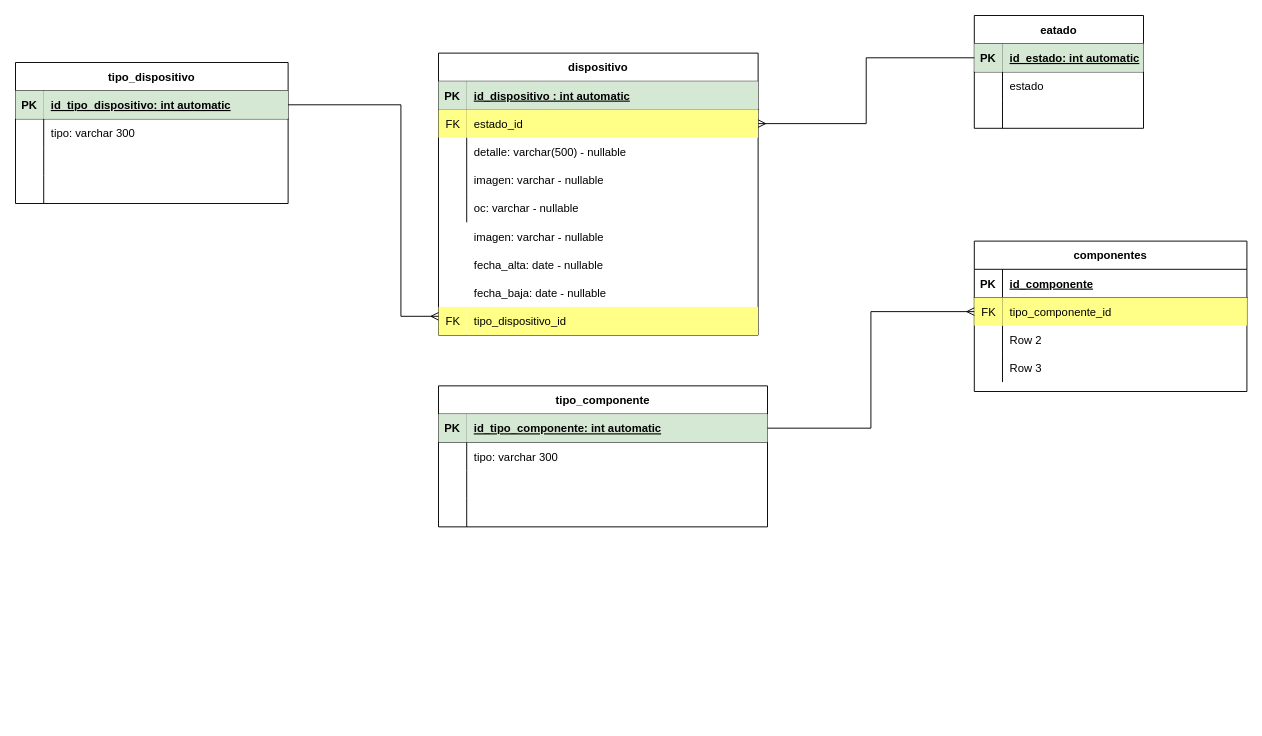
This is Untitled Diagram.drawio from FSALVA157/EER_Taller, a draw.io file, before an edit. Source tidied: cells renumbered, new cells numbered last; positions are measured from the earlier drawing's top-left corner, leaving out a move shared by most shapes. Both pictures are drawn from the tidied source at 94%, with x=0, y=0 at pixel (15, 15).
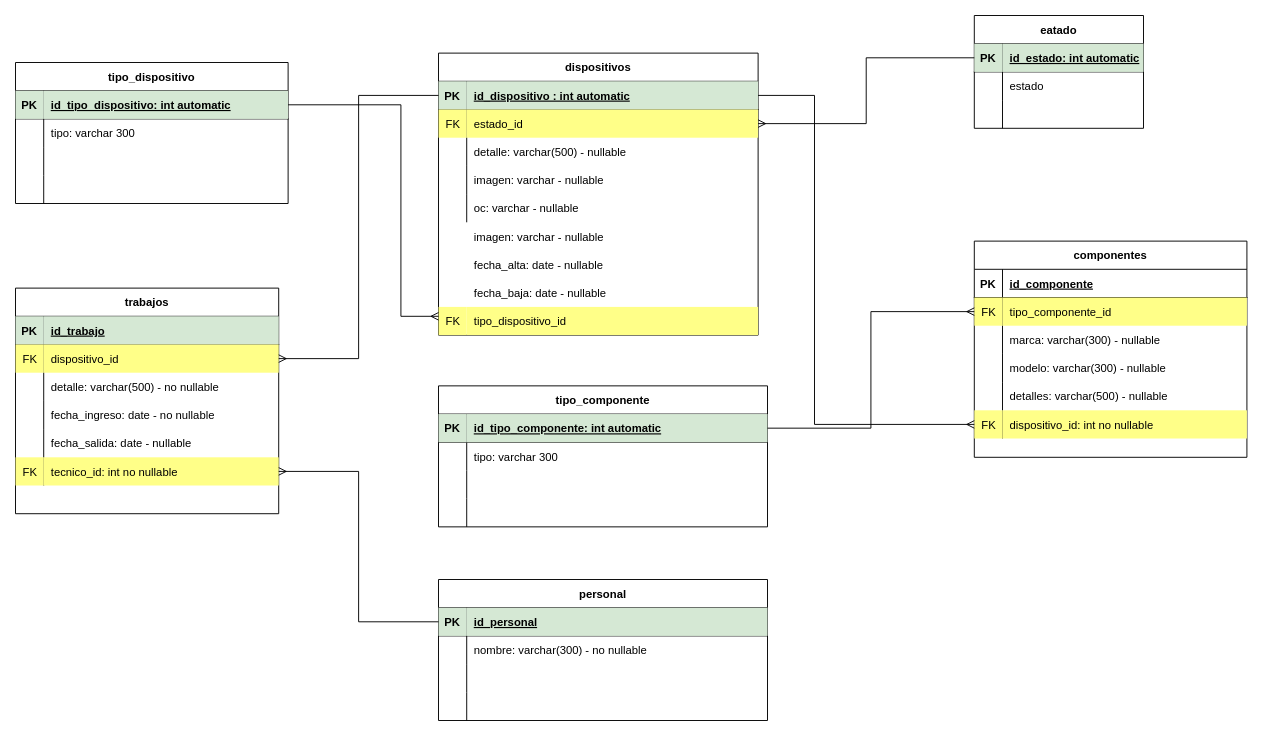
After the change.

Commit message:
esquema completado

The change refers to these unchanged cells:
```xml
<mxCell id="7" style="group;" parent="2" vertex="1">
  <mxGeometry width="340" height="300" as="geometry" />
</mxCell>
<mxCell id="9" style="shape=partialRectangle;fillColor=none;top=0;left=0;bottom=1;right=0;points=[[0,0.5],[1,0.5]];portConstraint=eastwest;" parent="8" vertex="1">
  <mxGeometry y="30" width="340" height="30" as="geometry" />
</mxCell>
<mxCell id="44" style="shape=partialRectangle;fillColor=none;top=0;left=0;bottom=0;right=0;sketch=0;strokeColor=default;strokeWidth=1;" parent="37" vertex="1">
  <mxGeometry y="90" width="290" height="30" as="geometry" />
</mxCell>
<mxCell id="47" style="shape=partialRectangle;fillColor=none;top=0;left=0;bottom=0;right=0;sketch=0;strokeColor=default;strokeWidth=1;" parent="37" vertex="1">
  <mxGeometry y="120" width="290" height="30" as="geometry" />
</mxCell>
```

The edit, as a diff of the source:
```diff
@@
-    <mxCell id="8" value="dispositivo" style="shape=table;startSize=30;childLayout=tableLayout;rowLines=0;fontStyle=1;align=center;" parent="7" vertex="1">
+    <mxCell id="8" value="dispositivos" style="shape=table;startSize=30;childLayout=tableLayout;rowLines=0;fontStyle=1;align=center;" parent="7" vertex="1">
       <mxGeometry width="340" height="300" as="geometry" />
     </mxCell>
@@
     <mxCell id="37" value="componentes" style="shape=table;startSize=30;childLayout=tableLayout;rowLines=0;fontStyle=1;align=center;sketch=0;strokeColor=default;strokeWidth=1;fillColor=none;" parent="1" vertex="1">
-      <mxGeometry x="1020" y="240" width="290" height="160" as="geometry" />
+      <mxGeometry x="1020" y="240" width="290" height="230" as="geometry" />
     </mxCell>
@@
-    <mxCell id="46" value="Row 2" style="shape=partialRectangle;fillColor=none;top=0;left=0;bottom=0;right=0;align=left;spacingLeft=6;overflow=hidden;sketch=0;strokeColor=default;strokeWidth=1;" parent="44" vertex="1">
+    <mxCell id="46" value="marca: varchar(300) - nullable" style="shape=partialRectangle;fillColor=none;top=0;left=0;bottom=0;right=0;align=left;spacingLeft=6;overflow=hidden;sketch=0;strokeColor=default;strokeWidth=1;" parent="44" vertex="1">
       <mxGeometry x="30" width="260" height="30" as="geometry" />
     </mxCell>
@@
-    <mxCell id="49" value="Row 3" style="shape=partialRectangle;fillColor=none;top=0;left=0;bottom=0;right=0;align=left;spacingLeft=6;overflow=hidden;sketch=0;strokeColor=default;strokeWidth=1;" parent="47" vertex="1">
+    <mxCell id="49" value="modelo: varchar(300) - nullable" style="shape=partialRectangle;fillColor=none;top=0;left=0;bottom=0;right=0;align=left;spacingLeft=6;overflow=hidden;sketch=0;strokeColor=default;strokeWidth=1;" parent="47" vertex="1">
       <mxGeometry x="30" width="260" height="30" as="geometry" />
     </mxCell>
+    <mxCell id="78" style="shape=partialRectangle;fillColor=none;top=0;left=0;bottom=0;right=0;sketch=0;strokeColor=default;strokeWidth=1;" parent="37" vertex="1">
+      <mxGeometry y="150" width="290" height="30" as="geometry" />
+    </mxCell>
+    <mxCell id="79" style="shape=partialRectangle;fillColor=none;top=0;left=0;bottom=0;right=0;overflow=hidden;sketch=0;strokeColor=default;strokeWidth=1;" parent="78" vertex="1">
+      <mxGeometry width="30" height="30" as="geometry" />
+    </mxCell>
+    <mxCell id="80" value="detalles: varchar(500) - nullable" style="shape=partialRectangle;fillColor=none;top=0;left=0;bottom=0;right=0;align=left;spacingLeft=6;overflow=hidden;sketch=0;strokeColor=default;strokeWidth=1;" parent="78" vertex="1">
+      <mxGeometry x="30" width="260" height="30" as="geometry" />
+    </mxCell>
+    <mxCell id="81" style="shape=partialRectangle;fillColor=none;top=0;left=0;bottom=0;right=0;points=[[0,0.5],[1,0.5]];portConstraint=eastwest;sketch=0;strokeColor=default;strokeWidth=1;" parent="37" vertex="1">
+      <mxGeometry y="180" width="290" height="30" as="geometry" />
+    </mxCell>
+    <mxCell id="82" value="FK" style="shape=partialRectangle;fillColor=#ffff88;top=0;left=0;bottom=0;right=0;overflow=hidden;sketch=0;strokeColor=#36393d;strokeWidth=1;align=left;spacingLeft=6;fontStyle=0;" parent="81" vertex="1">
+      <mxGeometry width="30" height="30" as="geometry" />
+    </mxCell>
+    <mxCell id="83" value="dispositivo_id: int no nullable" style="shape=partialRectangle;fillColor=#ffff88;top=0;left=0;bottom=0;right=0;align=left;spacingLeft=6;overflow=hidden;sketch=0;strokeColor=#36393d;strokeWidth=1;fontStyle=0;" parent="81" vertex="1">
+      <mxGeometry x="30" width="260" height="30" as="geometry" />
+    </mxCell>
@@
+    <mxCell id="84" style="edgeStyle=orthogonalEdgeStyle;rounded=0;jettySize=auto;html=1;entryX=0;entryY=0.5;entryDx=0;entryDy=0;endArrow=ERmany;endFill=0;" parent="1" edge="1" source="9" target="81">
+      <mxGeometry relative="1" as="geometry">
+        <Array as="points">
+          <mxPoint x="850" y="85" />
+          <mxPoint x="850" y="435" />
+        </Array>
+      </mxGeometry>
+    </mxCell>
+    <mxCell id="85" value="trabajos" style="shape=table;startSize=30;childLayout=tableLayout;rowLines=0;fontStyle=1;align=center;sketch=0;strokeColor=default;strokeWidth=1;fillColor=none;" parent="1" vertex="1">
+      <mxGeometry y="290" width="280" height="240" as="geometry" />
+    </mxCell>
+    <mxCell id="86" style="shape=partialRectangle;fillColor=none;top=0;left=0;bottom=1;right=0;sketch=0;strokeColor=default;strokeWidth=1;" parent="85" vertex="1">
+      <mxGeometry y="30" width="280" height="30" as="geometry" />
+    </mxCell>
+    <mxCell id="87" value="PK" style="shape=partialRectangle;fillColor=#d5e8d4;top=0;left=0;bottom=0;right=0;fontStyle=1;overflow=hidden;sketch=0;strokeColor=#82b366;strokeWidth=1;" parent="86" vertex="1">
+      <mxGeometry width="30" height="30" as="geometry" />
+    </mxCell>
+    <mxCell id="88" value="id_trabajo" style="shape=partialRectangle;fillColor=#d5e8d4;top=0;left=0;bottom=0;right=0;align=left;spacingLeft=6;fontStyle=5;overflow=hidden;sketch=0;strokeColor=#82b366;strokeWidth=1;" parent="86" vertex="1">
+      <mxGeometry x="30" width="250" height="30" as="geometry" />
+    </mxCell>
+    <mxCell id="89" style="shape=partialRectangle;fillColor=none;top=0;left=0;bottom=0;right=0;points=[[0,0.5],[1,0.5]];portConstraint=eastwest;sketch=0;strokeColor=default;strokeWidth=1;" parent="85" vertex="1">
+      <mxGeometry y="60" width="280" height="30" as="geometry" />
+    </mxCell>
+    <mxCell id="90" value="FK" style="shape=partialRectangle;fillColor=#ffff88;top=0;left=0;bottom=0;right=0;overflow=hidden;sketch=0;strokeColor=#36393d;strokeWidth=1;align=left;spacingLeft=6;fontStyle=0;" parent="89" vertex="1">
+      <mxGeometry width="30" height="30" as="geometry" />
+    </mxCell>
+    <mxCell id="91" value="dispositivo_id" style="shape=partialRectangle;fillColor=#ffff88;top=0;left=0;bottom=0;right=0;align=left;spacingLeft=6;overflow=hidden;sketch=0;strokeColor=#36393d;strokeWidth=1;fontStyle=0;" parent="89" vertex="1">
+      <mxGeometry x="30" width="250" height="30" as="geometry" />
+    </mxCell>
+    <mxCell id="92" style="shape=partialRectangle;fillColor=none;top=0;left=0;bottom=0;right=0;sketch=0;strokeColor=default;strokeWidth=1;" parent="85" vertex="1">
+      <mxGeometry y="90" width="280" height="30" as="geometry" />
+    </mxCell>
+    <mxCell id="93" style="shape=partialRectangle;fillColor=none;top=0;left=0;bottom=0;right=0;overflow=hidden;sketch=0;strokeColor=default;strokeWidth=1;" parent="92" vertex="1">
+      <mxGeometry width="30" height="30" as="geometry" />
+    </mxCell>
+    <mxCell id="94" value="detalle: varchar(500) - no nullable" style="shape=partialRectangle;fillColor=none;top=0;left=0;bottom=0;right=0;align=left;spacingLeft=6;overflow=hidden;sketch=0;strokeColor=default;strokeWidth=1;" parent="92" vertex="1">
+      <mxGeometry x="30" width="250" height="30" as="geometry" />
+    </mxCell>
+    <mxCell id="95" style="shape=partialRectangle;fillColor=none;top=0;left=0;bottom=0;right=0;sketch=0;strokeColor=default;strokeWidth=1;" parent="85" vertex="1">
+      <mxGeometry y="120" width="280" height="30" as="geometry" />
+    </mxCell>
+    <mxCell id="96" style="shape=partialRectangle;fillColor=none;top=0;left=0;bottom=0;right=0;overflow=hidden;sketch=0;strokeColor=default;strokeWidth=1;" parent="95" vertex="1">
+      <mxGeometry width="30" height="30" as="geometry" />
+    </mxCell>
+    <mxCell id="97" value="fecha_ingreso: date - no nullable" style="shape=partialRectangle;fillColor=none;top=0;left=0;bottom=0;right=0;align=left;spacingLeft=6;overflow=hidden;sketch=0;strokeColor=default;strokeWidth=1;" parent="95" vertex="1">
+      <mxGeometry x="30" width="250" height="30" as="geometry" />
+    </mxCell>
+    <mxCell id="98" style="shape=partialRectangle;fillColor=none;top=0;left=0;bottom=0;right=0;sketch=0;strokeColor=default;strokeWidth=1;" parent="85" vertex="1">
+      <mxGeometry y="150" width="280" height="30" as="geometry" />
+    </mxCell>
+    <mxCell id="99" style="shape=partialRectangle;fillColor=none;top=0;left=0;bottom=0;right=0;overflow=hidden;sketch=0;strokeColor=default;strokeWidth=1;" parent="98" vertex="1">
+      <mxGeometry width="30" height="30" as="geometry" />
+    </mxCell>
+    <mxCell id="100" value="fecha_salida: date - nullable" style="shape=partialRectangle;fillColor=none;top=0;left=0;bottom=0;right=0;align=left;spacingLeft=6;overflow=hidden;sketch=0;strokeColor=default;strokeWidth=1;" parent="98" vertex="1">
+      <mxGeometry x="30" width="250" height="30" as="geometry" />
+    </mxCell>
+    <mxCell id="101" style="shape=partialRectangle;fillColor=none;top=0;left=0;bottom=0;right=0;points=[[0,0.5],[1,0.5]];portConstraint=eastwest;sketch=0;strokeColor=default;strokeWidth=1;" parent="85" vertex="1">
+      <mxGeometry y="180" width="280" height="30" as="geometry" />
+    </mxCell>
+    <mxCell id="102" value="FK" style="shape=partialRectangle;fillColor=#ffff88;top=0;left=0;bottom=0;right=0;overflow=hidden;sketch=0;strokeColor=#36393d;strokeWidth=1;align=left;spacingLeft=6;fontStyle=0;" parent="101" vertex="1">
+      <mxGeometry width="30" height="30" as="geometry" />
+    </mxCell>
+    <mxCell id="103" value="tecnico_id: int no nullable" style="shape=partialRectangle;fillColor=#ffff88;top=0;left=0;bottom=0;right=0;align=left;spacingLeft=6;overflow=hidden;sketch=0;strokeColor=#36393d;strokeWidth=1;fontStyle=0;" parent="101" vertex="1">
+      <mxGeometry x="30" width="250" height="30" as="geometry" />
+    </mxCell>
+    <mxCell id="104" style="edgeStyle=orthogonalEdgeStyle;rounded=0;jettySize=auto;html=1;entryX=1;entryY=0.5;entryDx=0;entryDy=0;endArrow=ERmany;endFill=0;" parent="1" edge="1" source="9" target="89">
+      <mxGeometry relative="1" as="geometry" />
+    </mxCell>
+    <mxCell id="105" value="personal" style="shape=table;startSize=30;childLayout=tableLayout;rowLines=0;fontStyle=1;align=center;sketch=0;strokeColor=default;strokeWidth=1;fillColor=none;" parent="1" vertex="1">
+      <mxGeometry x="450" y="600" width="350" height="150" as="geometry" />
+    </mxCell>
+    <mxCell id="106" style="shape=partialRectangle;fillColor=none;top=0;left=0;bottom=1;right=0;points=[[0,0.5],[1,0.5]];portConstraint=eastwest;sketch=0;strokeColor=default;strokeWidth=1;" parent="105" vertex="1">
+      <mxGeometry y="30" width="350" height="30" as="geometry" />
+    </mxCell>
+    <mxCell id="107" value="PK" style="shape=partialRectangle;fillColor=#d5e8d4;top=0;left=0;bottom=0;right=0;fontStyle=1;overflow=hidden;sketch=0;strokeColor=#82b366;strokeWidth=1;" parent="106" vertex="1">
+      <mxGeometry width="30" height="30" as="geometry" />
+    </mxCell>
+    <mxCell id="108" value="id_personal" style="shape=partialRectangle;fillColor=#d5e8d4;top=0;left=0;bottom=0;right=0;align=left;spacingLeft=6;fontStyle=5;overflow=hidden;sketch=0;strokeColor=#82b366;strokeWidth=1;" parent="106" vertex="1">
+      <mxGeometry x="30" width="320" height="30" as="geometry" />
+    </mxCell>
+    <mxCell id="109" style="shape=partialRectangle;fillColor=none;top=0;left=0;bottom=0;right=0;sketch=0;strokeColor=default;strokeWidth=1;" parent="105" vertex="1">
+      <mxGeometry y="60" width="350" height="30" as="geometry" />
+    </mxCell>
+    <mxCell id="110" style="shape=partialRectangle;fillColor=none;top=0;left=0;bottom=0;right=0;overflow=hidden;sketch=0;strokeColor=default;strokeWidth=1;" parent="109" vertex="1">
+      <mxGeometry width="30" height="30" as="geometry" />
+    </mxCell>
+    <mxCell id="111" value="nombre: varchar(300) - no nullable" style="shape=partialRectangle;fillColor=none;top=0;left=0;bottom=0;right=0;align=left;spacingLeft=6;overflow=hidden;sketch=0;strokeColor=default;strokeWidth=1;" parent="109" vertex="1">
+      <mxGeometry x="30" width="320" height="30" as="geometry" />
+    </mxCell>
+    <mxCell id="112" style="shape=partialRectangle;fillColor=none;top=0;left=0;bottom=0;right=0;sketch=0;strokeColor=default;strokeWidth=1;" parent="105" vertex="1">
+      <mxGeometry y="90" width="350" height="30" as="geometry" />
+    </mxCell>
+    <mxCell id="113" style="shape=partialRectangle;fillColor=none;top=0;left=0;bottom=0;right=0;overflow=hidden;sketch=0;strokeColor=default;strokeWidth=1;" parent="112" vertex="1">
+      <mxGeometry width="30" height="30" as="geometry" />
+    </mxCell>
+    <mxCell id="114" style="shape=partialRectangle;fillColor=none;top=0;left=0;bottom=0;right=0;align=left;spacingLeft=6;overflow=hidden;sketch=0;strokeColor=default;strokeWidth=1;" parent="112" vertex="1">
+      <mxGeometry x="30" width="320" height="30" as="geometry" />
+    </mxCell>
+    <mxCell id="115" style="shape=partialRectangle;fillColor=none;top=0;left=0;bottom=0;right=0;sketch=0;strokeColor=default;strokeWidth=1;" parent="105" vertex="1">
+      <mxGeometry y="120" width="350" height="30" as="geometry" />
+    </mxCell>
+    <mxCell id="116" style="shape=partialRectangle;fillColor=none;top=0;left=0;bottom=0;right=0;overflow=hidden;sketch=0;strokeColor=default;strokeWidth=1;" parent="115" vertex="1">
+      <mxGeometry width="30" height="30" as="geometry" />
+    </mxCell>
+    <mxCell id="117" style="shape=partialRectangle;fillColor=none;top=0;left=0;bottom=0;right=0;align=left;spacingLeft=6;overflow=hidden;sketch=0;strokeColor=default;strokeWidth=1;" parent="115" vertex="1">
+      <mxGeometry x="30" width="320" height="30" as="geometry" />
+    </mxCell>
+    <mxCell id="118" style="edgeStyle=orthogonalEdgeStyle;rounded=0;jettySize=auto;html=1;endArrow=ERmany;endFill=0;" parent="1" edge="1" source="106" target="101">
+      <mxGeometry relative="1" as="geometry" />
+    </mxCell>
```
